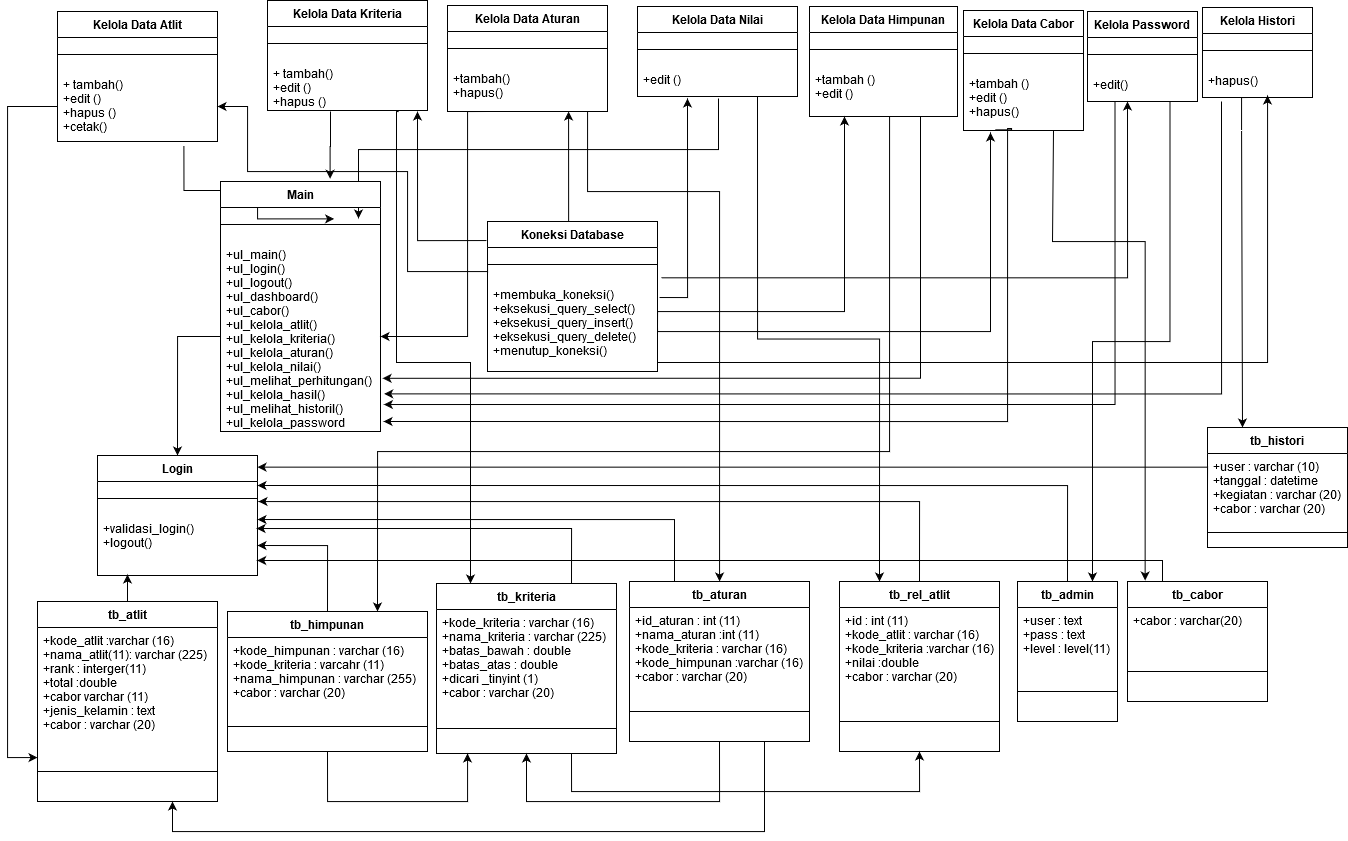
This is Untitled Diagram.png from NuriCandrawati/nuri-resolusi, a draw.io export, as it was before one commit. Source tidied: cells renumbered, new cells last; positions are measured from the earlier drawing's top-left corner, leaving out a move shared by most shapes.
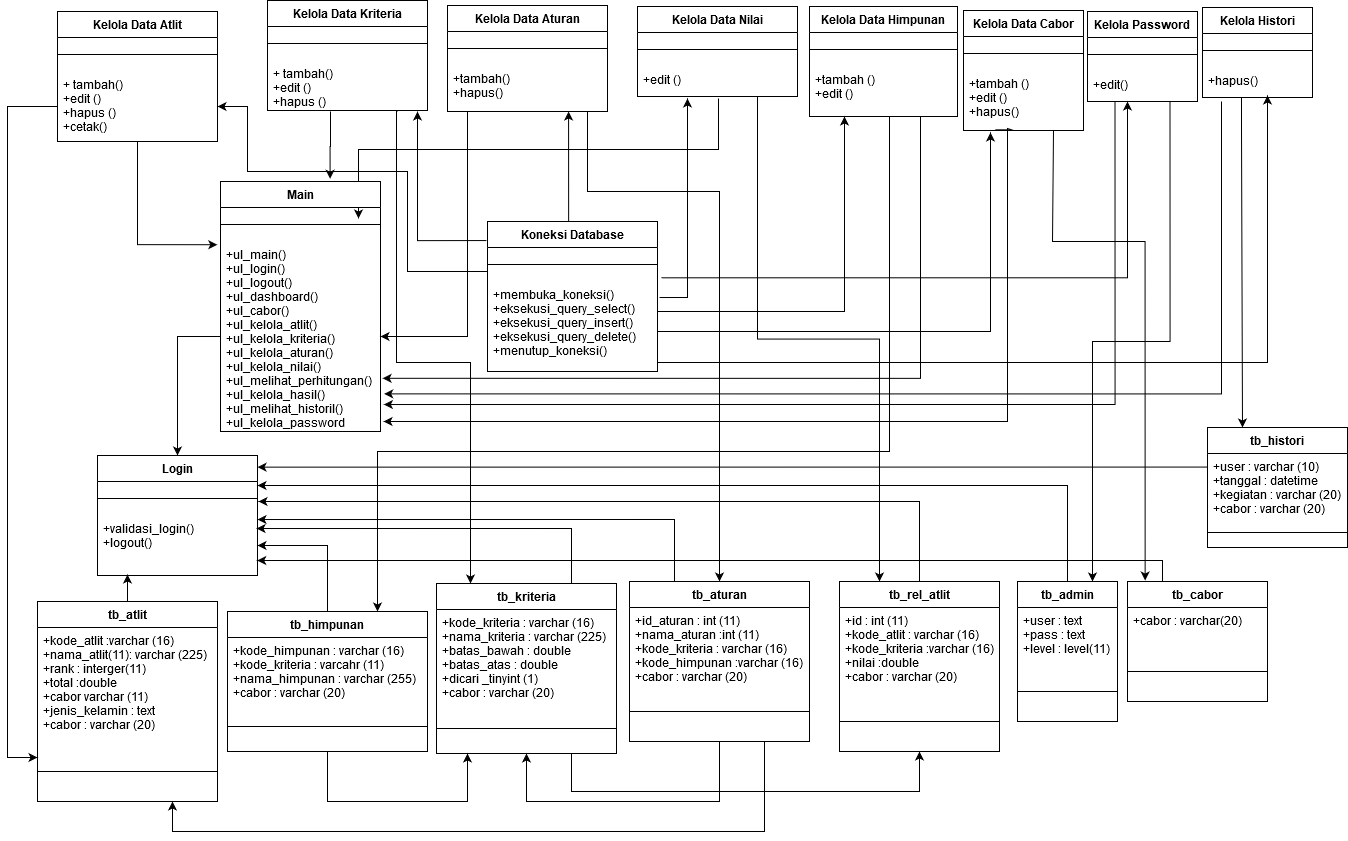
The same file after the commit.

The edit, as a diff of the source:
```diff
@@ -41,16 +41,6 @@
     <mxCell id="8" value="+edit ()&#10; " style="text;strokeColor=none;fillColor=none;align=left;verticalAlign=top;spacingLeft=4;spacingRight=4;overflow=hidden;" parent="6" vertex="1">
       <mxGeometry y="60" width="160" height="30" as="geometry" />
     </mxCell>
-    <mxCell id="9" style="edgeStyle=orthogonalEdgeStyle;rounded=0;jettySize=auto;html=1;exitX=0.79;exitY=1.062;exitDx=0;exitDy=0;entryX=0.604;entryY=-0.022;entryDx=0;entryDy=0;entryPerimeter=0;exitPerimeter=0;" parent="1" edge="1" source="69">
-      <mxGeometry relative="1" as="geometry">
-        <mxPoint x="326.6" y="218.4" as="targetPoint" />
-        <Array as="points">
-          <mxPoint x="176" y="190" />
-          <mxPoint x="250" y="190" />
-          <mxPoint x="250" y="218" />
-        </Array>
-      </mxGeometry>
-    </mxCell>
     <mxCell id="10" style="edgeStyle=orthogonalEdgeStyle;rounded=0;jettySize=auto;html=1;exitX=0;exitY=0.5;exitDx=0;exitDy=0;entryX=0.5;entryY=0;entryDx=0;entryDy=0;" parent="1" edge="1" source="91" target="46">
       <mxGeometry relative="1" as="geometry" />
     </mxCell>
@@ -311,6 +301,9 @@
     <mxCell id="66" value="+tambah()&#10;+hapus()&#10;&#10;&#10;" style="text;strokeColor=none;fillColor=none;align=left;verticalAlign=top;spacingLeft=4;spacingRight=4;overflow=hidden;points=[[0,0.5],[1,0.5]];portConstraint=eastwest;" parent="64" vertex="1">
       <mxGeometry y="60" width="160" height="46" as="geometry" />
     </mxCell>
+    <mxCell id="96" style="edgeStyle=orthogonalEdgeStyle;rounded=0;jettySize=auto;html=1;exitX=0.5;exitY=1;exitDx=0;exitDy=0;entryX=-0.02;entryY=0.017;entryDx=0;entryDy=0;entryPerimeter=0;" parent="1" edge="1" source="67" target="91">
+      <mxGeometry relative="1" as="geometry" />
+    </mxCell>
     <mxCell id="67" value="Kelola Data Atlit" style="swimlane;fontStyle=1;align=center;verticalAlign=top;horizontal=1;startSize=26;" parent="1" vertex="1">
       <mxGeometry x="50" y="11" width="160" height="130" as="geometry" />
     </mxCell>
```
